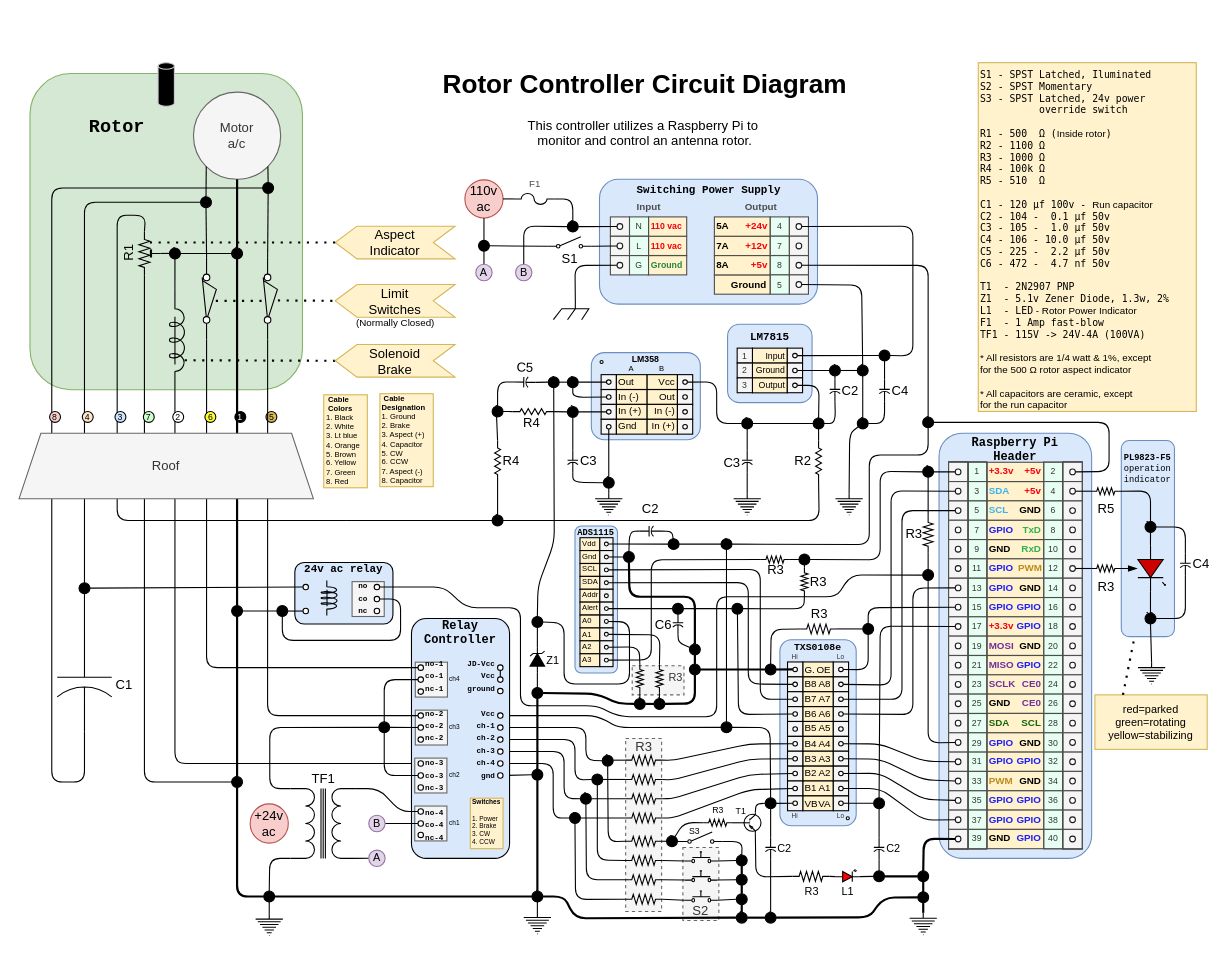
wryan67/rotor keeps this draw.io diagram as readme/rotor.drawio. Above is the earlier version. Source tidied: cells renumbered, new cells numbered last; positions are measured from the earlier drawing's top-left corner, leaving out a move shared by most shapes. Both pictures are drawn from the tidied source at 109%, with x=0, y=0 at pixel (19, 62).
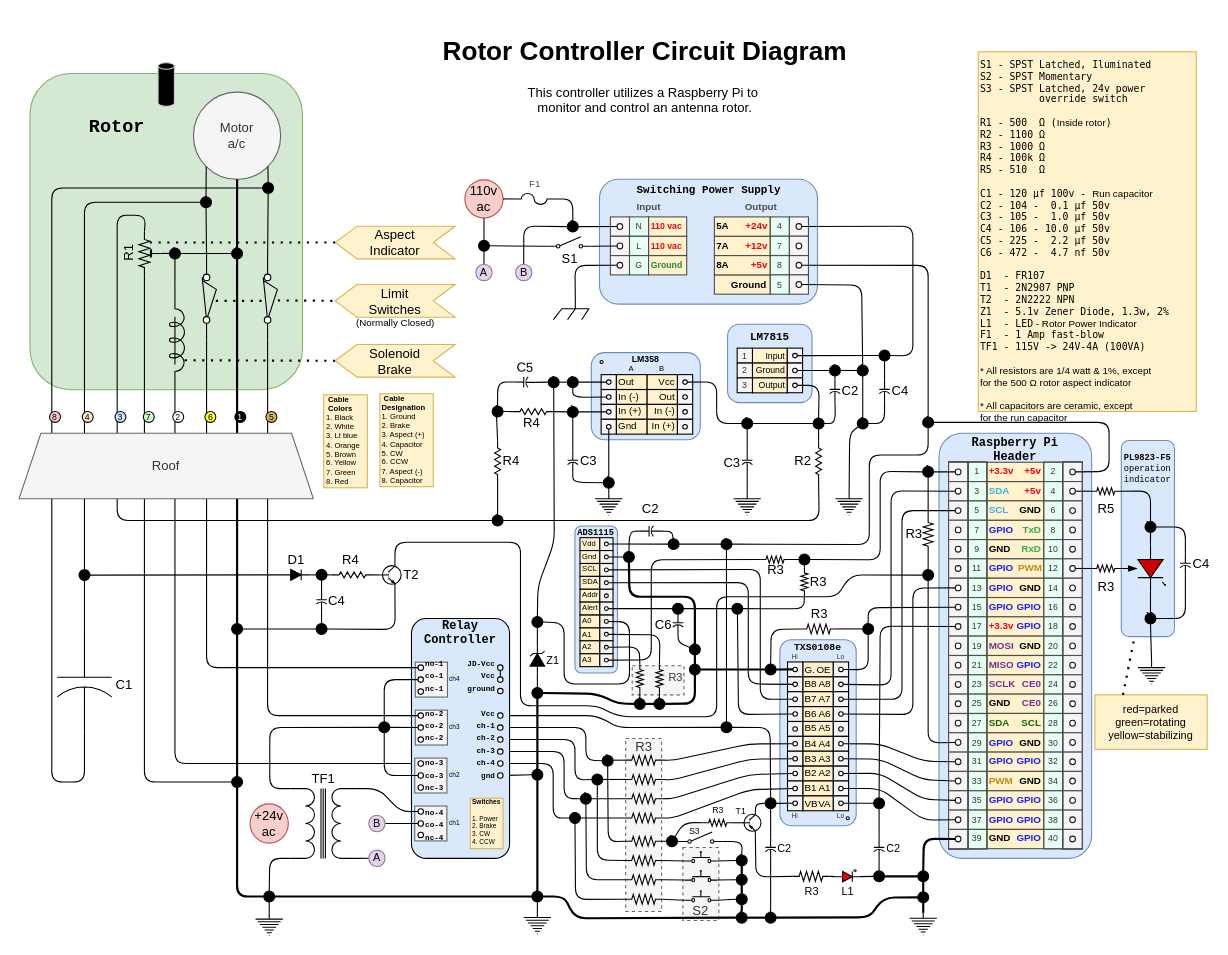
After the change.

Commit message (it also covers changes not shown here):
limit switch detection update

The change refers to these unchanged cells:
```xml
<mxCell id="453" value="`" style="ellipse;whiteSpace=wrap;html=1;fillColor=#000000;" parent="1" vertex="1">
  <mxGeometry x="829" y="465.1" width="10" height="10" as="geometry" />
</mxCell>
```

The edit, as a diff of the source:
```diff
@@
-    <mxCell id="5" value="&lt;font style=&quot;font-size: 10px&quot;&gt;24v ac relay&lt;/font&gt;" style="rounded=1;whiteSpace=wrap;html=1;shadow=0;dashed=0;labelBackgroundColor=none;fontFamily=Courier New;fontSize=9;align=center;strokeColor=#000000;fillColor=#dae8fc;fontStyle=1;horizontal=1;verticalAlign=top;spacingTop=-6;" parent="1" vertex="1">
-      <mxGeometry x="253" y="458.5" width="90" height="56.5" as="geometry" />
-    </mxCell>
-    <mxCell id="6" style="rounded=0;whiteSpace=wrap;html=1;shadow=0;fontSize=9;fontColor=#333333;fillColor=#f5f5f5;strokeColor=#666666;direction=west;flipH=1;" parent="1" vertex="1">
-      <mxGeometry x="305.5" y="476.1" width="29.5" height="32" as="geometry" />
-    </mxCell>
-    <mxCell id="7" value="&lt;p style=&quot;line-height: 163% ; font-size: 7px&quot;&gt;&lt;b&gt;no&lt;br&gt;co&lt;br&gt;nc&lt;/b&gt;&lt;/p&gt;" style="text;html=1;strokeColor=none;fillColor=none;align=right;verticalAlign=middle;whiteSpace=wrap;rounded=0;shadow=0;dashed=0;labelBackgroundColor=none;fontFamily=Courier New;fontSize=7;labelPosition=center;verticalLabelPosition=middle;horizontal=1;spacingRight=13;" parent="1" vertex="1">
-      <mxGeometry x="305.2" y="477.1" width="30" height="30" as="geometry" />
-    </mxCell>
-    <mxCell id="8" style="verticalLabelPosition=bottom;shadow=0;dashed=0;align=center;html=1;verticalAlign=top;strokeWidth=1;shape=ellipse;flipH=1;" parent="1" vertex="1">
-      <mxGeometry x="325.8" y="478.6" width="5" height="5" as="geometry" />
-    </mxCell>
-    <mxCell id="9" style="verticalLabelPosition=bottom;shadow=0;dashed=0;align=center;html=1;verticalAlign=top;strokeWidth=1;shape=ellipse;flipH=1;" parent="1" vertex="1">
-      <mxGeometry x="325.8" y="489.6" width="5" height="5" as="geometry" />
-    </mxCell>
-    <mxCell id="10" style="verticalLabelPosition=bottom;shadow=0;dashed=0;align=center;html=1;verticalAlign=top;strokeWidth=1;shape=ellipse;flipH=1;" parent="1" vertex="1">
-      <mxGeometry x="325.8" y="500.6" width="5" height="5" as="geometry" />
-    </mxCell>
-    <mxCell id="11" style="verticalLabelPosition=bottom;shadow=0;dashed=0;align=center;html=1;verticalAlign=top;shape=mxgraph.electrical.inductors.inductor_5;rotation=90;" parent="1" vertex="1">
-      <mxGeometry x="268.5" y="483.6" width="32" height="15" as="geometry" />
-    </mxCell>
-    <mxCell id="12" style="verticalLabelPosition=bottom;shadow=0;dashed=0;align=center;html=1;verticalAlign=top;strokeWidth=1;shape=ellipse;flipH=1;" parent="1" vertex="1">
-      <mxGeometry x="260.5" y="478.6" width="5" height="5" as="geometry" />
-    </mxCell>
-    <mxCell id="13" style="verticalLabelPosition=bottom;shadow=0;dashed=0;align=center;html=1;verticalAlign=top;strokeWidth=1;shape=ellipse;flipH=1;" parent="1" vertex="1">
-      <mxGeometry x="260.5" y="500.6" width="5" height="5" as="geometry" />
-    </mxCell>
@@
-    <mxCell id="288" value="&lt;font style=&quot;font-size: 9px&quot;&gt;&lt;font style=&quot;font-size: 9px&quot;&gt;&lt;font face=&quot;Lucida Console&quot; style=&quot;font-size: 9px&quot;&gt;S1 - SPST Latched, Iluminated&lt;br&gt;S2 - SPST Momentary&lt;br&gt;S3 - SPST Latched, 24v power&lt;br&gt;&amp;nbsp; &amp;nbsp; &amp;nbsp; &amp;nbsp; &amp;nbsp; override switch&lt;br&gt;&lt;br&gt;R1 -&amp;nbsp;&lt;/font&gt;&lt;span style=&quot;font-size: 9px ; text-align: center&quot;&gt;&lt;font face=&quot;Lucida Console&quot;&gt;500&amp;nbsp; Ω (&lt;/font&gt;Inside rotor&lt;font face=&quot;Lucida Console&quot;&gt;)&lt;/font&gt;&lt;br&gt;&lt;font face=&quot;Lucida Console&quot;&gt;R2 - 1100&amp;nbsp;&lt;/font&gt;&lt;/span&gt;&lt;span style=&quot;font-size: 9px ; font-family: &amp;#34;lucida console&amp;#34; ; text-align: center&quot;&gt;Ω&lt;br&gt;&lt;/span&gt;&lt;span style=&quot;font-size: 9px ; font-family: &amp;#34;lucida console&amp;#34; ; text-align: center&quot;&gt;R3 - 1000&amp;nbsp;&lt;/span&gt;&lt;span style=&quot;font-size: 9px ; font-family: &amp;#34;lucida console&amp;#34; ; text-align: center&quot;&gt;Ω&lt;br&gt;&lt;/span&gt;&lt;span style=&quot;font-size: 9px ; font-family: &amp;#34;lucida console&amp;#34; ; text-align: center&quot;&gt;R4 - 100k&amp;nbsp;&lt;/span&gt;&lt;span style=&quot;font-size: 9px ; font-family: &amp;#34;lucida console&amp;#34; ; text-align: center&quot;&gt;Ω&lt;/span&gt;&lt;span style=&quot;font-size: 9px ; font-family: &amp;#34;lucida console&amp;#34; ; text-align: center&quot;&gt;&lt;br&gt;R5 - 510&amp;nbsp;&amp;nbsp;&lt;/span&gt;&lt;span style=&quot;font-size: 9px ; font-family: &amp;#34;lucida console&amp;#34; ; text-align: center&quot;&gt;Ω&lt;/span&gt;&lt;span style=&quot;text-align: center&quot;&gt;&lt;br&gt;&lt;br&gt;&lt;font face=&quot;Lucida Console&quot; style=&quot;font-size: 9px&quot;&gt;C1 - 120 µf 100v - &lt;/font&gt;&lt;/span&gt;&lt;span style=&quot;text-align: center&quot;&gt;&lt;font style=&quot;font-size: 9px&quot;&gt;Run capacitor&lt;/font&gt;&lt;br&gt;&lt;font style=&quot;font-family: &amp;#34;lucida console&amp;#34; ; font-size: 9px&quot;&gt;C2 - 104 -&amp;nbsp; 0.1 µf 50v&lt;/font&gt;&lt;br&gt;&lt;font style=&quot;font-family: &amp;#34;lucida console&amp;#34; ; font-size: 9px&quot;&gt;C3 - 105 -&amp;nbsp; 1.0 µ&lt;/font&gt;&lt;font style=&quot;font-family: &amp;#34;lucida console&amp;#34; ; font-size: 9px&quot;&gt;f 50v&lt;/font&gt;&lt;br&gt;&lt;font style=&quot;font-family: &amp;#34;lucida console&amp;#34; ; font-size: 9px&quot;&gt;C4 - 106 - 1&lt;/font&gt;&lt;/span&gt;&lt;span style=&quot;font-family: &amp;#34;lucida console&amp;#34; ; text-align: center&quot;&gt;&lt;font style=&quot;font-size: 9px&quot;&gt;0.0 µ&lt;/font&gt;&lt;font style=&quot;font-size: 9px&quot;&gt;f 50v&amp;nbsp;&lt;/font&gt;&lt;/span&gt;&lt;/font&gt;&lt;span style=&quot;text-align: center&quot;&gt;&lt;font style=&quot;font-size: 9px&quot;&gt;&lt;br&gt;&lt;font style=&quot;font-family: &amp;#34;lucida console&amp;#34; ; font-size: 9px&quot;&gt;C5 - 225 -&amp;nbsp; 2.2 µ&lt;/font&gt;&lt;font style=&quot;font-family: &amp;#34;lucida console&amp;#34; ; font-size: 9px&quot;&gt;f 50v&lt;/font&gt;&lt;br&gt;&lt;font style=&quot;font-family: &amp;#34;lucida console&amp;#34; ; font-size: 9px&quot;&gt;C6 - 472 -&amp;nbsp; 4.7 nf 50v&lt;/font&gt;&lt;br&gt;&lt;br&gt;&lt;font face=&quot;Lucida Console&quot;&gt;T1&amp;nbsp; - 2N2907 PNP&lt;/font&gt;&lt;br&gt;&lt;font face=&quot;Lucida Console&quot;&gt;Z1&amp;nbsp; - 5.1v Zener Diode, 1.3w, 2%&amp;nbsp;&lt;/font&gt;&lt;br&gt;&lt;font style=&quot;font-size: 9px&quot;&gt;&lt;font face=&quot;Lucida Console&quot;&gt;L1&amp;nbsp; - LED&lt;/font&gt; - Rotor Power Indicator&lt;br&gt;&lt;font face=&quot;Lucida Console&quot;&gt;F1&amp;nbsp; - 1 Amp fast-blow&lt;/font&gt;&lt;/font&gt;&lt;br&gt;&lt;font style=&quot;font-family: &amp;#34;lucida console&amp;#34; ; font-size: 9px&quot;&gt;TF1 - 115V -&amp;gt; 24V-4A (100VA)&lt;/font&gt;&lt;br&gt;&lt;/font&gt;&lt;br&gt;&lt;font style=&quot;font-size: 9px&quot;&gt;* All resistors are 1/4 watt &amp;amp; 1%,&amp;nbsp;except &lt;/font&gt;&lt;br&gt;&lt;font style=&quot;font-size: 9px&quot;&gt;for the 500&amp;nbsp;&lt;/font&gt;&lt;/span&gt;&lt;span style=&quot;text-align: center&quot;&gt;Ω&amp;nbsp;&lt;/span&gt;&lt;span style=&quot;text-align: center&quot;&gt;rotor aspect indicator&lt;br&gt;&lt;br&gt;* All capacitors are ceramic, except &lt;br&gt;for the&amp;nbsp;run capacitor&lt;br&gt;&lt;/span&gt;&lt;/font&gt;" style="rounded=0;whiteSpace=wrap;html=1;fillColor=#fff2cc;strokeColor=#d6b656;align=left;fontSize=8;verticalAlign=top;" parent="1" vertex="1">
-      <mxGeometry x="880" width="200" height="320" as="geometry" />
+    <mxCell id="288" value="&lt;font style=&quot;font-size: 9px&quot;&gt;&lt;font style=&quot;font-size: 9px&quot;&gt;&lt;font face=&quot;Lucida Console&quot; style=&quot;font-size: 9px&quot;&gt;S1 - SPST Latched, Iluminated&lt;br&gt;S2 - SPST Momentary&lt;br&gt;S3 - SPST Latched, 24v power&lt;br&gt;&amp;nbsp; &amp;nbsp; &amp;nbsp; &amp;nbsp; &amp;nbsp; override switch&lt;br&gt;&lt;br&gt;R1 -&amp;nbsp;&lt;/font&gt;&lt;span style=&quot;font-size: 9px ; text-align: center&quot;&gt;&lt;font face=&quot;Lucida Console&quot;&gt;500&amp;nbsp; Ω (&lt;/font&gt;Inside rotor&lt;font face=&quot;Lucida Console&quot;&gt;)&lt;/font&gt;&lt;br&gt;&lt;font face=&quot;Lucida Console&quot;&gt;R2 - 1100&amp;nbsp;&lt;/font&gt;&lt;/span&gt;&lt;span style=&quot;font-size: 9px ; font-family: &amp;#34;lucida console&amp;#34; ; text-align: center&quot;&gt;Ω&lt;br&gt;&lt;/span&gt;&lt;span style=&quot;font-size: 9px ; font-family: &amp;#34;lucida console&amp;#34; ; text-align: center&quot;&gt;R3 - 1000&amp;nbsp;&lt;/span&gt;&lt;span style=&quot;font-size: 9px ; font-family: &amp;#34;lucida console&amp;#34; ; text-align: center&quot;&gt;Ω&lt;br&gt;&lt;/span&gt;&lt;span style=&quot;font-size: 9px ; font-family: &amp;#34;lucida console&amp;#34; ; text-align: center&quot;&gt;R4 - 100k&amp;nbsp;&lt;/span&gt;&lt;span style=&quot;font-size: 9px ; font-family: &amp;#34;lucida console&amp;#34; ; text-align: center&quot;&gt;Ω&lt;/span&gt;&lt;span style=&quot;font-size: 9px ; font-family: &amp;#34;lucida console&amp;#34; ; text-align: center&quot;&gt;&lt;br&gt;R5 - 510&amp;nbsp;&amp;nbsp;&lt;/span&gt;&lt;span style=&quot;font-size: 9px ; font-family: &amp;#34;lucida console&amp;#34; ; text-align: center&quot;&gt;Ω&lt;/span&gt;&lt;span style=&quot;text-align: center&quot;&gt;&lt;br&gt;&lt;br&gt;&lt;font face=&quot;Lucida Console&quot; style=&quot;font-size: 9px&quot;&gt;C1 - 120 µf 100v - &lt;/font&gt;&lt;/span&gt;&lt;span style=&quot;text-align: center&quot;&gt;&lt;font style=&quot;font-size: 9px&quot;&gt;Run capacitor&lt;/font&gt;&lt;br&gt;&lt;font style=&quot;font-family: &amp;#34;lucida console&amp;#34; ; font-size: 9px&quot;&gt;C2 - 104 -&amp;nbsp; 0.1 µf 50v&lt;/font&gt;&lt;br&gt;&lt;font style=&quot;font-family: &amp;#34;lucida console&amp;#34; ; font-size: 9px&quot;&gt;C3 - 105 -&amp;nbsp; 1.0 µ&lt;/font&gt;&lt;font style=&quot;font-family: &amp;#34;lucida console&amp;#34; ; font-size: 9px&quot;&gt;f 50v&lt;/font&gt;&lt;br&gt;&lt;font style=&quot;font-family: &amp;#34;lucida console&amp;#34; ; font-size: 9px&quot;&gt;C4 - 106 - 1&lt;/font&gt;&lt;/span&gt;&lt;span style=&quot;font-family: &amp;#34;lucida console&amp;#34; ; text-align: center&quot;&gt;&lt;font style=&quot;font-size: 9px&quot;&gt;0.0 µ&lt;/font&gt;&lt;font style=&quot;font-size: 9px&quot;&gt;f 50v&amp;nbsp;&lt;/font&gt;&lt;/span&gt;&lt;/font&gt;&lt;span style=&quot;text-align: center&quot;&gt;&lt;font style=&quot;font-size: 9px&quot;&gt;&lt;br&gt;&lt;font style=&quot;font-family: &amp;#34;lucida console&amp;#34; ; font-size: 9px&quot;&gt;C5 - 225 -&amp;nbsp; 2.2 µ&lt;/font&gt;&lt;font style=&quot;font-family: &amp;#34;lucida console&amp;#34; ; font-size: 9px&quot;&gt;f 50v&lt;/font&gt;&lt;br&gt;&lt;font style=&quot;font-family: &amp;#34;lucida console&amp;#34; ; font-size: 9px&quot;&gt;C6 - 472 -&amp;nbsp; 4.7 nf 50v&lt;/font&gt;&lt;br&gt;&lt;br&gt;&lt;font face=&quot;Lucida Console&quot;&gt;D1&amp;nbsp; - FR107&lt;/font&gt;&lt;br&gt;&lt;/font&gt;&lt;/span&gt;&lt;span style=&quot;font-family: &amp;#34;lucida console&amp;#34; ; text-align: center&quot;&gt;T1&amp;nbsp; - 2N2907 PNP&lt;br&gt;&lt;/span&gt;&lt;span style=&quot;font-family: &amp;#34;lucida console&amp;#34; ; text-align: center&quot;&gt;T2&amp;nbsp; - 2N2222 NPN&lt;br&gt;&lt;/span&gt;&lt;span style=&quot;text-align: center&quot;&gt;&lt;font style=&quot;font-size: 9px&quot;&gt;&lt;font face=&quot;Lucida Console&quot;&gt;Z1&amp;nbsp; - 5.1v Zener Diode, 1.3w, 2%&amp;nbsp;&lt;/font&gt;&lt;br&gt;&lt;font style=&quot;font-size: 9px&quot;&gt;&lt;font face=&quot;Lucida Console&quot;&gt;L1&amp;nbsp; - LED&lt;/font&gt; - Rotor Power Indicator&lt;br&gt;&lt;font face=&quot;Lucida Console&quot;&gt;F1&amp;nbsp; - 1 Amp fast-blow&lt;/font&gt;&lt;/font&gt;&lt;br&gt;&lt;font style=&quot;font-family: &amp;#34;lucida console&amp;#34; ; font-size: 9px&quot;&gt;TF1 - 115V -&amp;gt; 24V-4A (100VA)&lt;/font&gt;&lt;br&gt;&lt;/font&gt;&lt;br&gt;&lt;font style=&quot;font-size: 9px&quot;&gt;* All resistors are 1/4 watt &amp;amp; 1%,&amp;nbsp;except &lt;/font&gt;&lt;br&gt;&lt;font style=&quot;font-size: 9px&quot;&gt;for the 500&amp;nbsp;&lt;/font&gt;&lt;/span&gt;&lt;span style=&quot;text-align: center&quot;&gt;Ω&amp;nbsp;&lt;/span&gt;&lt;span style=&quot;text-align: center&quot;&gt;rotor aspect indicator&lt;br&gt;&lt;br&gt;* All capacitors are ceramic, except &lt;br&gt;for the&amp;nbsp;run capacitor&lt;br&gt;&lt;/span&gt;&lt;/font&gt;" style="rounded=0;whiteSpace=wrap;html=1;fillColor=#fff2cc;strokeColor=#d6b656;align=left;fontSize=8;verticalAlign=top;" parent="1" vertex="1">
+      <mxGeometry x="880" y="-10" width="200" height="330" as="geometry" />
     </mxCell>
     <mxCell id="289" value="&lt;h1&gt;Rotor Controller Circuit Diagram&lt;/h1&gt;&lt;p&gt;&lt;div style=&quot;text-align: center&quot;&gt;&lt;span&gt;This controller utilizes a Raspberry Pi to&amp;nbsp;&lt;/span&gt;&lt;/div&gt;&lt;div style=&quot;text-align: center&quot;&gt;&lt;span&gt;monitor and control an antenna rotor.&lt;/span&gt;&lt;/div&gt;&lt;/p&gt;&lt;p&gt;&lt;br&gt;&lt;/p&gt;" style="text;html=1;strokeColor=none;fillColor=none;spacing=5;spacingTop=-20;whiteSpace=wrap;overflow=hidden;rounded=0;" parent="1" vertex="1">
-      <mxGeometry x="384" width="390" height="90" as="geometry" />
+      <mxGeometry x="384" y="-30" width="390" height="90" as="geometry" />
     </mxCell>
@@
-    <mxCell id="295" style="endArrow=none;html=1;exitX=1;exitY=0.5;exitDx=0;exitDy=0;entryX=0.5;entryY=1;entryDx=0;entryDy=0;" parent="1" edge="1" source="9" target="299">
-      <mxGeometry relative="1" as="geometry">
-        <Array as="points">
-          <mxPoint x="350" y="492" />
-          <mxPoint x="350" y="530" />
-          <mxPoint x="241.5" y="530" />
-        </Array>
-      </mxGeometry>
-    </mxCell>
@@
-    <mxCell id="297" style="endArrow=none;html=1;exitX=0;exitY=0.5;exitDx=0;exitDy=0;entryX=1;entryY=0.5;entryDx=0;entryDy=0;" parent="1" edge="1" source="12" target="301">
+    <mxCell id="297" style="endArrow=none;html=1;exitX=0;exitY=0.5;exitDx=0;exitDy=0;entryX=1;entryY=0.5;entryDx=0;entryDy=0;exitPerimeter=0;" parent="1" edge="1" source="812" target="301">
       <mxGeometry relative="1" as="geometry" />
     </mxCell>
     <mxCell id="298" style="ellipse;whiteSpace=wrap;html=1;fillColor=#000000;" parent="1" vertex="1">
-      <mxGeometry x="195" y="498.1" width="10" height="10" as="geometry" />
+      <mxGeometry x="195" y="514.5" width="10" height="10" as="geometry" />
     </mxCell>
     <mxCell id="299" style="ellipse;whiteSpace=wrap;html=1;fillColor=#000000;" parent="1" vertex="1">
-      <mxGeometry x="236.5" y="498.1" width="10" height="10" as="geometry" />
+      <mxGeometry x="272.5" y="514.5" width="10" height="10" as="geometry" />
     </mxCell>
-    <mxCell id="300" style="endArrow=none;html=1;exitX=0;exitY=0.5;exitDx=0;exitDy=0;entryX=1;entryY=0.5;entryDx=0;entryDy=0;" parent="1" edge="1" source="13" target="299">
-      <mxGeometry relative="1" as="geometry" />
-    </mxCell>
     <mxCell id="301" style="ellipse;whiteSpace=wrap;html=1;fillColor=#000000;" parent="1" vertex="1">
-      <mxGeometry x="55" y="477.1" width="10" height="10" as="geometry" />
+      <mxGeometry x="55" y="465.1" width="10" height="10" as="geometry" />
     </mxCell>
@@
-    <mxCell id="303" value="&lt;font style=&quot;font-size: 8px;&quot;&gt;5&lt;/font&gt;" style="ellipse;whiteSpace=wrap;html=1;fontSize=8;fillColor=#D9B857;" parent="1" vertex="1">
-      <mxGeometry x="226.5" y="320" width="10" height="10" as="geometry" />
-    </mxCell>
@@
-    <mxCell id="307" style="endArrow=none;html=1;labelBackgroundColor=none;fillColor=#ffffff;gradientColor=#990000;fontSize=9;fontColor=#000000;entryX=0.261;entryY=0.643;entryDx=0;entryDy=0;entryPerimeter=0;" parent="1" edge="1">
-      <mxGeometry relative="1" as="geometry">
-        <mxPoint x="282.5" y="498.6" as="sourcePoint" />
-        <mxPoint x="282.5" y="483.6" as="targetPoint" />
-      </mxGeometry>
-    </mxCell>
@@
-    <mxCell id="452" style="edgeStyle=none;rounded=1;jettySize=auto;html=1;endArrow=none;endFill=0;fontSize=7;entryX=1;entryY=0.5;entryDx=0;entryDy=0;" parent="1" edge="1" source="453" target="8">
+    <mxCell id="452" style="edgeStyle=none;rounded=1;jettySize=auto;html=1;endArrow=none;endFill=0;fontSize=7;entryX=0.7;entryY=0;entryDx=0;entryDy=0;entryPerimeter=0;" parent="1" edge="1" source="453" target="809">
       <mxGeometry relative="1" as="geometry">
         <Array as="points">
           <mxPoint x="763" y="470" />
           <mxPoint x="750" y="490" />
           <mxPoint x="640" y="490" />
           <mxPoint x="640" y="600" />
           <mxPoint x="550" y="600" />
           <mxPoint x="530" y="590" />
           <mxPoint x="460" y="590" />
-          <mxPoint x="460" y="500" />
-          <mxPoint x="410" y="500" />
-          <mxPoint x="390" y="481" />
+          <mxPoint x="460" y="440" />
+          <mxPoint x="345" y="440" />
         </Array>
       </mxGeometry>
     </mxCell>
@@
+    <mxCell id="809" value="T2" style="verticalLabelPosition=middle;shadow=0;dashed=0;align=left;html=1;verticalAlign=middle;shape=mxgraph.electrical.transistors.npn_transistor_1;labelPosition=right;" parent="1" vertex="1">
+      <mxGeometry x="331.5" y="456.9" width="19" height="26.1" as="geometry" />
+    </mxCell>
+    <mxCell id="810" value="R4" style="verticalLabelPosition=middle;shadow=0;dashed=0;align=center;html=1;verticalAlign=bottom;shape=mxgraph.electrical.resistors.resistor_2;fontSize=12;direction=north;labelPosition=center;spacingLeft=0;spacingBottom=8;spacingRight=3;rotation=90;horizontal=0;spacingTop=0;" parent="1" vertex="1">
+      <mxGeometry x="303.1" y="450.8" width="5.4" height="38.2" as="geometry" />
+    </mxCell>
+    <mxCell id="811" value="C4" style="verticalLabelPosition=bottom;shadow=0;dashed=0;align=left;html=1;verticalAlign=middle;shape=mxgraph.electrical.capacitors.capacitor_2;fontSize=12;rotation=90;horizontal=0;spacingTop=0;spacingRight=0;spacingLeft=0;fontStyle=0;labelPosition=center;" parent="1" vertex="1">
+      <mxGeometry x="267.5" y="489" width="20" height="9.6" as="geometry" />
+    </mxCell>
+    <mxCell id="812" value="D1" style="fillColor=strokeColor;verticalLabelPosition=top;shadow=0;dashed=0;align=center;html=1;verticalAlign=bottom;shape=mxgraph.electrical.diodes.diode;labelPosition=center;spacingBottom=0;" parent="1" vertex="1">
+      <mxGeometry x="242" y="464.9" width="24" height="10" as="geometry" />
+    </mxCell>
+    <mxCell id="813" style="ellipse;whiteSpace=wrap;html=1;fillColor=#000000;" parent="1" vertex="1">
+      <mxGeometry x="272.5" y="464.9" width="10" height="10" as="geometry" />
+    </mxCell>
+    <mxCell id="814" style="endArrow=none;html=1;exitX=1;exitY=0.5;exitDx=0;exitDy=0;entryX=0;entryY=0.5;entryDx=0;entryDy=0;exitPerimeter=0;entryPerimeter=0;" parent="1" edge="1" source="810" target="809">
+      <mxGeometry relative="1" as="geometry" />
+    </mxCell>
+    <mxCell id="815" style="endArrow=none;html=1;entryX=1;entryY=0.5;entryDx=0;entryDy=0;exitX=0;exitY=0.5;exitDx=0;exitDy=0;exitPerimeter=0;" parent="1" edge="1" source="810" target="813">
+      <mxGeometry relative="1" as="geometry" />
+    </mxCell>
+    <mxCell id="816" style="endArrow=none;html=1;exitX=0;exitY=0.5;exitDx=0;exitDy=0;entryX=1;entryY=0.5;entryDx=0;entryDy=0;entryPerimeter=0;" parent="1" edge="1" source="813" target="812">
+      <mxGeometry relative="1" as="geometry" />
+    </mxCell>
+    <mxCell id="817" style="endArrow=none;html=1;exitX=0.5;exitY=0;exitDx=0;exitDy=0;entryX=1;entryY=0.5;entryDx=0;entryDy=0;entryPerimeter=0;" parent="1" edge="1" source="299" target="811">
+      <mxGeometry relative="1" as="geometry" />
+    </mxCell>
+    <mxCell id="818" style="endArrow=none;html=1;exitX=0.7;exitY=1;exitDx=0;exitDy=0;entryX=1;entryY=0.5;entryDx=0;entryDy=0;exitPerimeter=0;" parent="1" edge="1" source="809" target="299">
+      <mxGeometry relative="1" as="geometry">
+        <Array as="points">
+          <mxPoint x="345" y="520" />
+        </Array>
+      </mxGeometry>
+    </mxCell>
+    <mxCell id="819" style="endArrow=none;html=1;exitX=0;exitY=0.5;exitDx=0;exitDy=0;entryX=0.5;entryY=1;entryDx=0;entryDy=0;exitPerimeter=0;" parent="1" edge="1" source="811" target="813">
+      <mxGeometry relative="1" as="geometry" />
+    </mxCell>
+    <mxCell id="303" value="&lt;font style=&quot;font-size: 8px;&quot;&gt;5&lt;/font&gt;" style="ellipse;whiteSpace=wrap;html=1;fontSize=8;fillColor=#D9B857;" parent="1" vertex="1">
+      <mxGeometry x="226.5" y="320" width="10" height="10" as="geometry" />
+    </mxCell>
```
